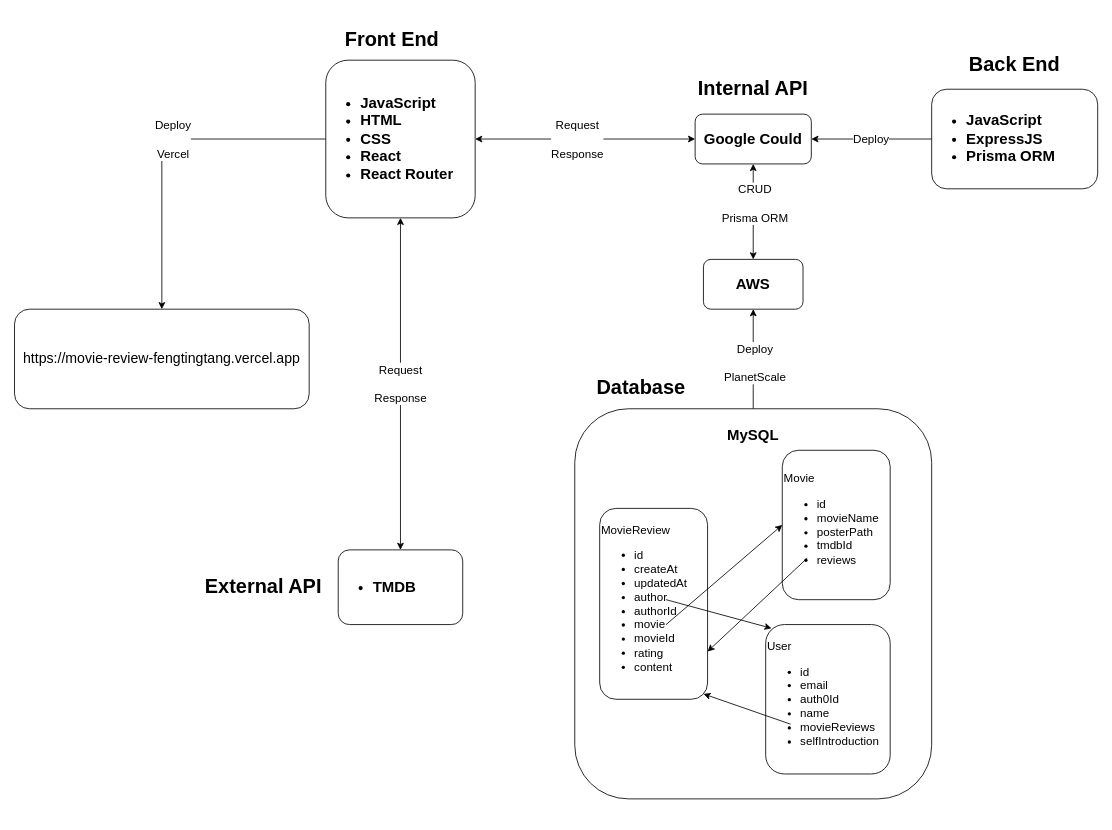
This is resources/tech_stacks.drawio from ting1065/movie-review, a draw.io file, before an edit. Source tidied: cells renumbered, new cells numbered last; positions are measured from the earlier drawing's top-left corner, leaving out a move shared by most shapes. Both pictures are drawn from the tidied source at 83%, with x=0, y=0 at pixel (14, 27).
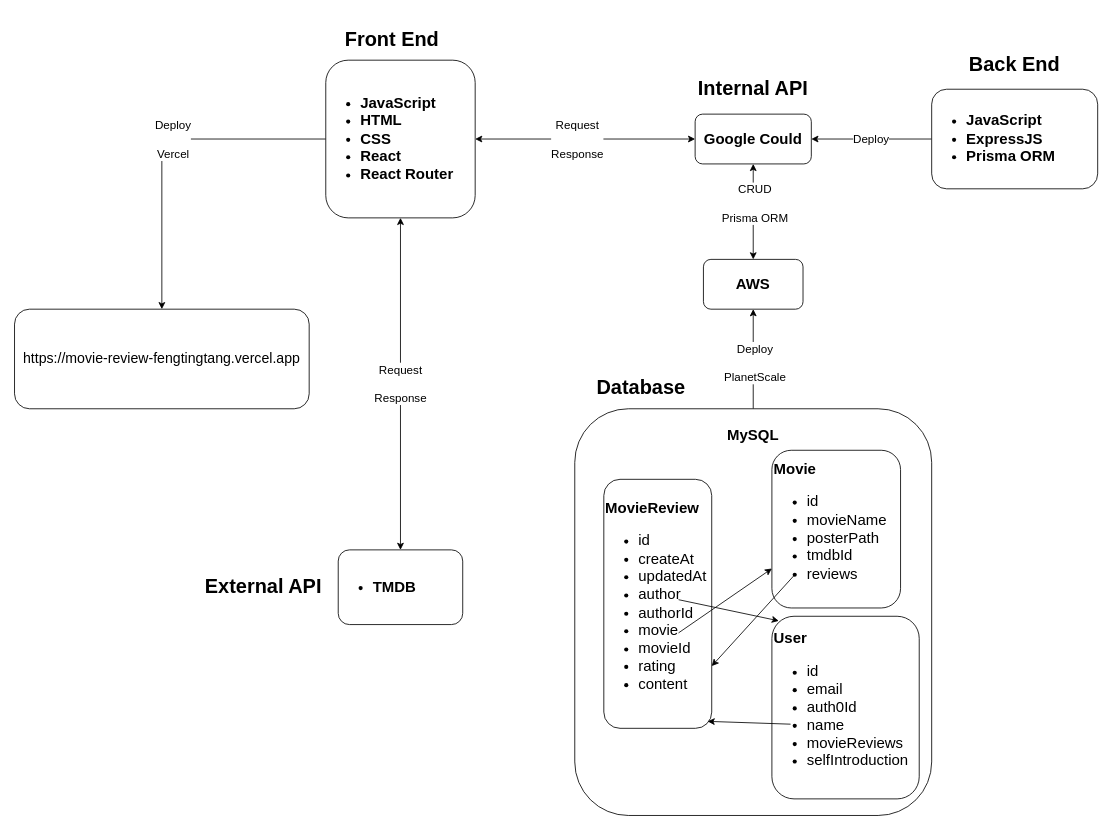
Above is the later version.

What changed in the source:
```diff
@@
     <mxCell id="14" value="&lt;h2&gt;MySQL&lt;/h2&gt;" style="rounded=1;whiteSpace=wrap;html=1;align=center;horizontal=1;verticalAlign=top;" parent="1" vertex="1">
-      <mxGeometry x="675" y="460" width="430" height="470" as="geometry" />
+      <mxGeometry x="675" y="460" width="430" height="490" as="geometry" />
     </mxCell>
-    <mxCell id="15" value="MovieReview&lt;br style=&quot;font-size: 14px;&quot;&gt;&lt;ul style=&quot;font-size: 14px;&quot;&gt;&lt;li style=&quot;font-size: 14px;&quot;&gt;id&lt;/li&gt;&lt;li style=&quot;font-size: 14px;&quot;&gt;createAt&lt;/li&gt;&lt;li style=&quot;font-size: 14px;&quot;&gt;updatedAt&lt;/li&gt;&lt;li style=&quot;font-size: 14px;&quot;&gt;author&lt;/li&gt;&lt;li style=&quot;font-size: 14px;&quot;&gt;authorId&lt;/li&gt;&lt;li style=&quot;font-size: 14px;&quot;&gt;movie&lt;/li&gt;&lt;li style=&quot;font-size: 14px;&quot;&gt;movieId&lt;/li&gt;&lt;li style=&quot;font-size: 14px;&quot;&gt;rating&lt;/li&gt;&lt;li style=&quot;font-size: 14px;&quot;&gt;content&lt;/li&gt;&lt;/ul&gt;" style="rounded=1;whiteSpace=wrap;html=1;align=left;fontSize=14;" parent="1" vertex="1">
-      <mxGeometry x="705" y="580" width="130" height="230" as="geometry" />
+    <mxCell id="15" value="&lt;b&gt;MovieReview&lt;/b&gt;&lt;br style=&quot;font-size: 18px;&quot;&gt;&lt;ul style=&quot;font-size: 18px;&quot;&gt;&lt;li style=&quot;font-size: 18px;&quot;&gt;id&lt;/li&gt;&lt;li style=&quot;font-size: 18px;&quot;&gt;createAt&lt;/li&gt;&lt;li style=&quot;font-size: 18px;&quot;&gt;updatedAt&lt;/li&gt;&lt;li style=&quot;font-size: 18px;&quot;&gt;author&lt;/li&gt;&lt;li style=&quot;font-size: 18px;&quot;&gt;authorId&lt;/li&gt;&lt;li style=&quot;font-size: 18px;&quot;&gt;movie&lt;/li&gt;&lt;li style=&quot;font-size: 18px;&quot;&gt;movieId&lt;/li&gt;&lt;li style=&quot;font-size: 18px;&quot;&gt;rating&lt;/li&gt;&lt;li style=&quot;font-size: 18px;&quot;&gt;content&lt;/li&gt;&lt;/ul&gt;" style="rounded=1;whiteSpace=wrap;html=1;align=left;fontSize=18;" parent="1" vertex="1">
+      <mxGeometry x="710" y="545" width="130" height="300" as="geometry" />
     </mxCell>
-    <mxCell id="16" value="User&lt;br style=&quot;font-size: 14px;&quot;&gt;&lt;ul style=&quot;font-size: 14px;&quot;&gt;&lt;li style=&quot;font-size: 14px;&quot;&gt;id&lt;/li&gt;&lt;li style=&quot;font-size: 14px;&quot;&gt;email&lt;/li&gt;&lt;li style=&quot;font-size: 14px;&quot;&gt;auth0Id&lt;/li&gt;&lt;li style=&quot;font-size: 14px;&quot;&gt;name&lt;/li&gt;&lt;li style=&quot;font-size: 14px;&quot;&gt;movieReviews&lt;/li&gt;&lt;li style=&quot;font-size: 14px;&quot;&gt;selfIntroduction&lt;/li&gt;&lt;/ul&gt;" style="rounded=1;whiteSpace=wrap;html=1;align=left;fontSize=14;" parent="1" vertex="1">
-      <mxGeometry x="905" y="720" width="150" height="180" as="geometry" />
+    <mxCell id="16" value="&lt;b&gt;User&lt;/b&gt;&lt;br style=&quot;font-size: 18px;&quot;&gt;&lt;ul style=&quot;font-size: 18px;&quot;&gt;&lt;li style=&quot;font-size: 18px;&quot;&gt;id&lt;/li&gt;&lt;li style=&quot;font-size: 18px;&quot;&gt;email&lt;/li&gt;&lt;li style=&quot;font-size: 18px;&quot;&gt;auth0Id&lt;/li&gt;&lt;li style=&quot;font-size: 18px;&quot;&gt;name&lt;/li&gt;&lt;li style=&quot;font-size: 18px;&quot;&gt;movieReviews&lt;/li&gt;&lt;li style=&quot;font-size: 18px;&quot;&gt;selfIntroduction&lt;/li&gt;&lt;/ul&gt;" style="rounded=1;whiteSpace=wrap;html=1;align=left;fontSize=18;" parent="1" vertex="1">
+      <mxGeometry x="912.5" y="710" width="177.5" height="220" as="geometry" />
     </mxCell>
-    <mxCell id="17" value="Movie&lt;br style=&quot;font-size: 14px;&quot;&gt;&lt;ul style=&quot;font-size: 14px;&quot;&gt;&lt;li style=&quot;font-size: 14px;&quot;&gt;id&lt;/li&gt;&lt;li style=&quot;font-size: 14px;&quot;&gt;movieName&lt;/li&gt;&lt;li style=&quot;font-size: 14px;&quot;&gt;posterPath&lt;/li&gt;&lt;li style=&quot;font-size: 14px;&quot;&gt;tmdbId&lt;/li&gt;&lt;li style=&quot;font-size: 14px;&quot;&gt;reviews&lt;/li&gt;&lt;/ul&gt;" style="rounded=1;whiteSpace=wrap;html=1;align=left;fontSize=14;" parent="1" vertex="1">
-      <mxGeometry x="925" y="510" width="130" height="180" as="geometry" />
+    <mxCell id="17" value="&lt;b&gt;Movie&lt;/b&gt;&lt;br style=&quot;font-size: 18px;&quot;&gt;&lt;ul style=&quot;font-size: 18px;&quot;&gt;&lt;li style=&quot;font-size: 18px;&quot;&gt;id&lt;/li&gt;&lt;li style=&quot;font-size: 18px;&quot;&gt;movieName&lt;/li&gt;&lt;li style=&quot;font-size: 18px;&quot;&gt;posterPath&lt;/li&gt;&lt;li style=&quot;font-size: 18px;&quot;&gt;tmdbId&lt;/li&gt;&lt;li style=&quot;font-size: 18px;&quot;&gt;reviews&lt;/li&gt;&lt;/ul&gt;" style="rounded=1;whiteSpace=wrap;html=1;align=left;fontSize=18;" parent="1" vertex="1">
+      <mxGeometry x="912.5" y="510" width="155" height="190" as="geometry" />
     </mxCell>
@@
     <mxCell id="27" style="endArrow=classic;html=1;rounded=0;entryX=0.047;entryY=0.025;entryDx=0;entryDy=0;entryPerimeter=0;" parent="1" edge="1" target="16">
       <mxGeometry relative="1" as="geometry">
-        <mxPoint x="785" y="690" as="sourcePoint" />
+        <mxPoint x="800" y="690" as="sourcePoint" />
       </mxGeometry>
     </mxCell>
-    <mxCell id="28" style="endArrow=classic;html=1;rounded=0;entryX=0;entryY=0.5;entryDx=0;entryDy=0;exitX=0.615;exitY=0.609;exitDx=0;exitDy=0;exitPerimeter=0;" parent="1" edge="1" source="15" target="17">
-      <mxGeometry relative="1" as="geometry" />
+    <mxCell id="28" style="endArrow=classic;html=1;rounded=0;entryX=0;entryY=0.75;entryDx=0;entryDy=0;" parent="1" edge="1" target="17">
+      <mxGeometry relative="1" as="geometry">
+        <mxPoint x="800" y="730" as="sourcePoint" />
+      </mxGeometry>
     </mxCell>
     <mxCell id="29" style="endArrow=classic;html=1;rounded=0;entryX=1;entryY=0.75;entryDx=0;entryDy=0;" parent="1" edge="1" target="15">
       <mxGeometry relative="1" as="geometry">
-        <mxPoint x="955" y="640" as="sourcePoint" />
+        <mxPoint x="940" y="660" as="sourcePoint" />
       </mxGeometry>
     </mxCell>
```
